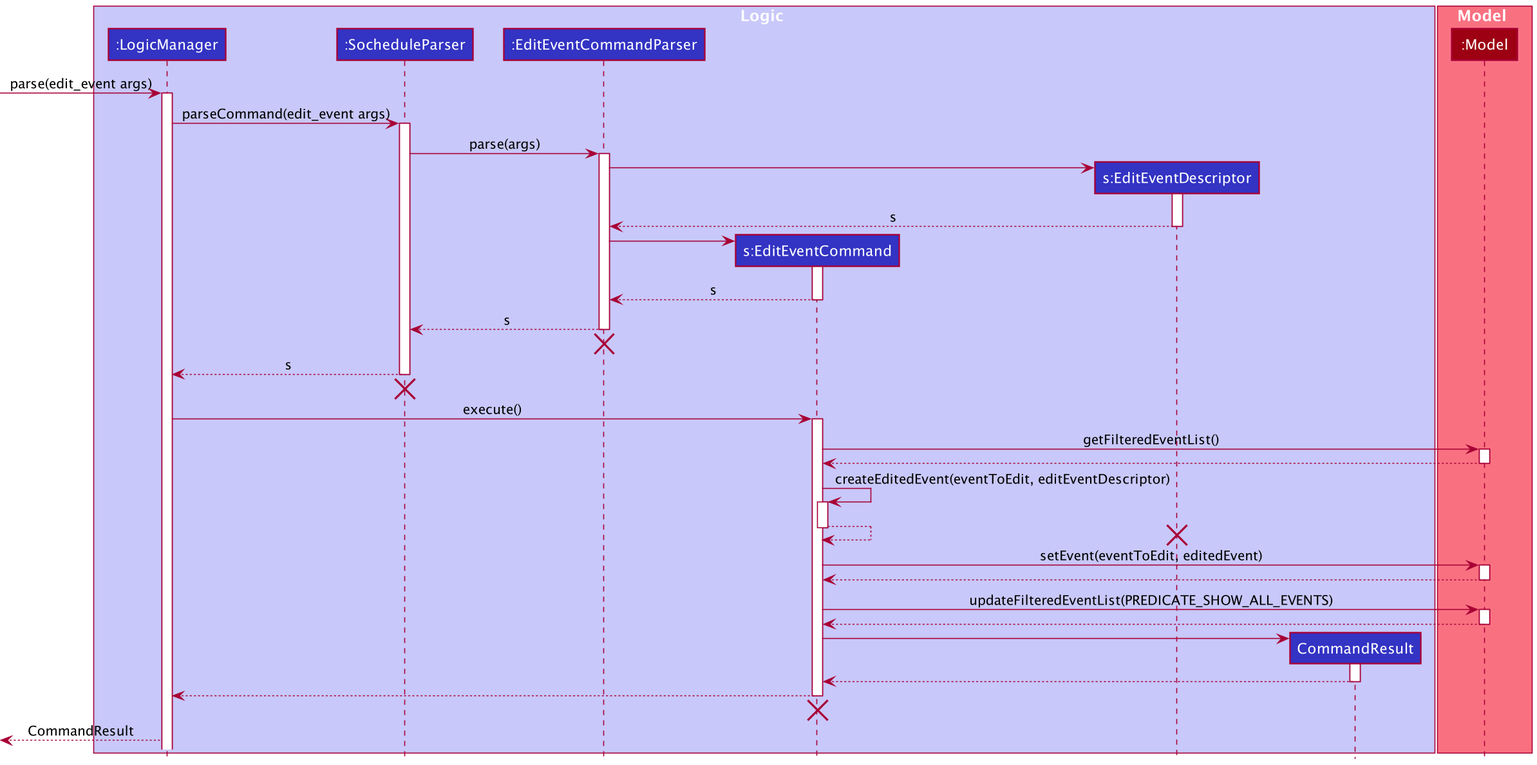
This is docs/images/EditEventCommandSequenceDiagram.png from nus-cs2103-AY2021S2/tp, a PlantUML export, as it was before one commit. Source of this version:
```plantuml
@startuml
!include style.puml

box Logic LOGIC_COLOR_T1
participant ":LogicManager" as LogicManager LOGIC_COLOR
participant ":SocheduleParser" as SocheduleParser LOGIC_COLOR
participant ":EditEventCommandParser" as EditEventCommandParser LOGIC_COLOR
participant "s:EditEventCommand" as EditEventCommand LOGIC_COLOR
participant "s:EditEventDescriptor" as EditEventDescriptor LOGIC_COLOR
participant "CommandResult" as CommandResult LOGIC_COLOR
end box

box Model MODEL_COLOR_T1
participant ":Model" as Model MODEL_COLOR
end box

[-> LogicManager : parse(edit_event args)
activate LogicManager

LogicManager -> SocheduleParser : parseCommand(edit_event args)
activate SocheduleParser

SocheduleParser -> EditEventCommandParser: parse(args)
activate EditEventCommandParser

create EditEventDescriptor
EditEventCommandParser -> EditEventDescriptor
activate EditEventDescriptor
EditEventCommandParser <--EditEventDescriptor : s
deactivate EditEventDescriptor

create EditEventCommand
EditEventCommandParser -> EditEventCommand
activate EditEventCommand
EditEventCommandParser <--EditEventCommand : s
deactivate EditEventCommand

SocheduleParser <--EditEventCommandParser : s
deactivate EditEventCommandParser
EditEventCommandParser -[hidden]->[
destroy EditEventCommandParser

LogicManager <-- SocheduleParser : s
deactivate SocheduleParser
SocheduleParser -[hidden]->[
destroy SocheduleParser

LogicManager -> EditEventCommand : execute()
activate EditEventCommand

EditEventCommand -> Model : getFilteredEventList()
activate Model
EditEventCommand <-- Model
deactivate Model

EditEventCommand -> EditEventCommand : createEditedEvent(eventToEdit, editEventDescriptor)
activate EditEventCommand
EditEventCommand <-- EditEventCommand
deactivate EditEventCommand
destroy EditEventDescriptor

EditEventCommand -> Model : setEvent(eventToEdit, editedEvent)
activate Model
EditEventCommand <-- Model
deactivate Model

EditEventCommand -> Model : updateFilteredEventList(PREDICATE_SHOW_ALL_EVENTS)
activate Model
EditEventCommand <-- Model
deactivate Model

create CommandResult
EditEventCommand -> CommandResult
activate CommandResult
EditEventCommand <-- CommandResult
deactivate CommandResult

LogicManager <-- EditEventCommand
deactivate EditEventCommand
EditEventCommand -[hidden]->[
destroy EditEventCommand

[<-- LogicManager : CommandResult
@enduml
```
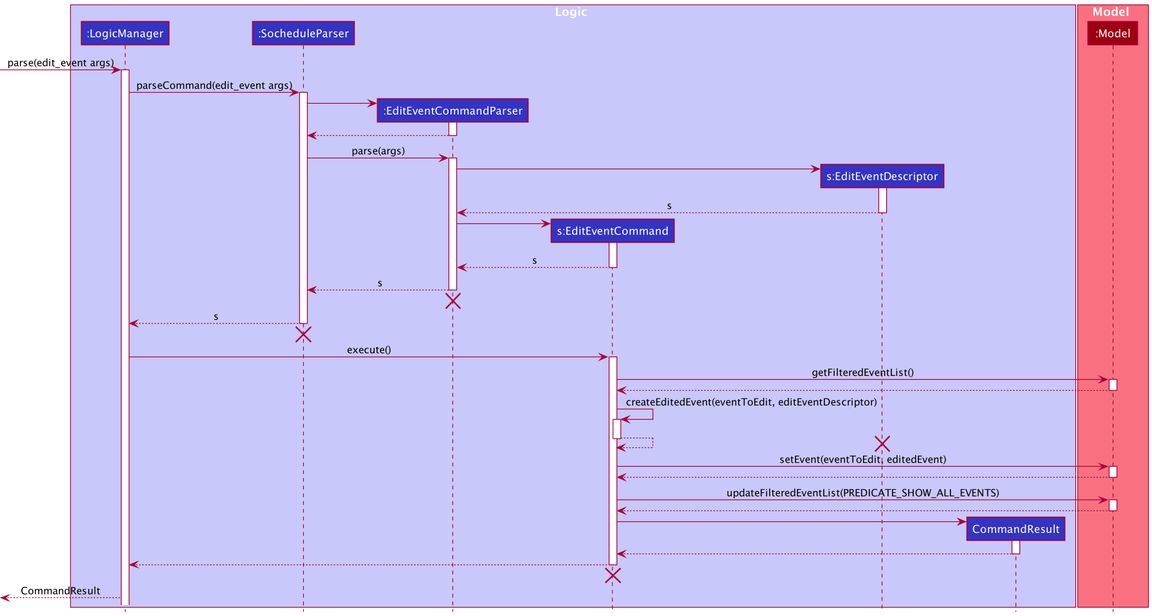
After the commit.

What changed in the source:
```diff
@@ -19,6 +19,13 @@
 
 LogicManager -> SocheduleParser : parseCommand(edit_event args)
 activate SocheduleParser
+
+create EditEventCommandParser
+SocheduleParser -> EditEventCommandParser
+activate EditEventCommandParser
+
+EditEventCommandParser --> SocheduleParser
+deactivate EditEventCommandParser
 
 SocheduleParser -> EditEventCommandParser: parse(args)
 activate EditEventCommandParser
```
